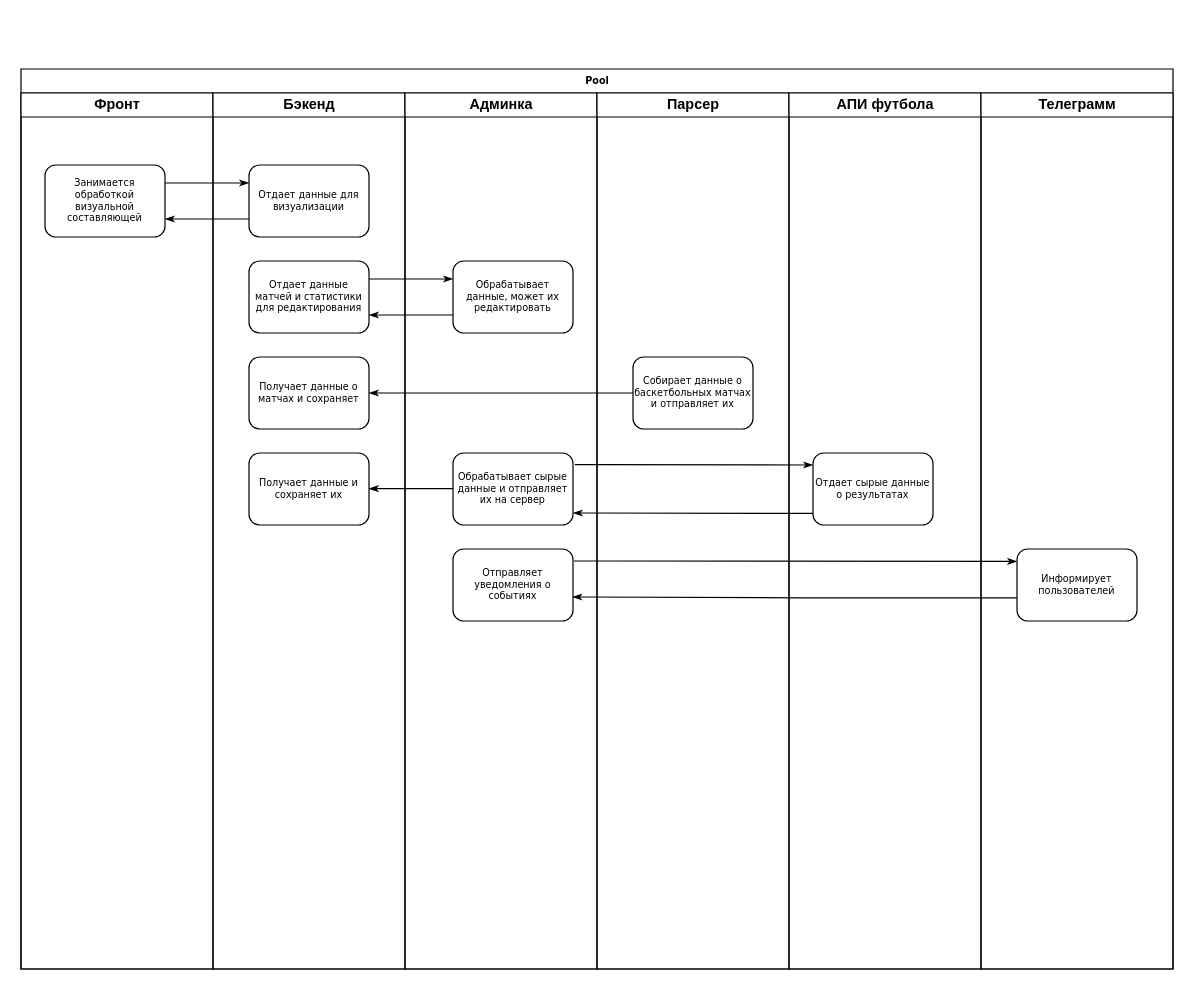
Before: Связь между сервисами.drawio in brother-ur/full-stats-diagrams, a draw.io diagram. Source tidied: cells renumbered, new cells numbered last; positions are measured from the earlier drawing's top-left corner, leaving out a move shared by most shapes. Both pictures are drawn from the tidied source at 120%, with x=0, y=0 at pixel (20, 68).
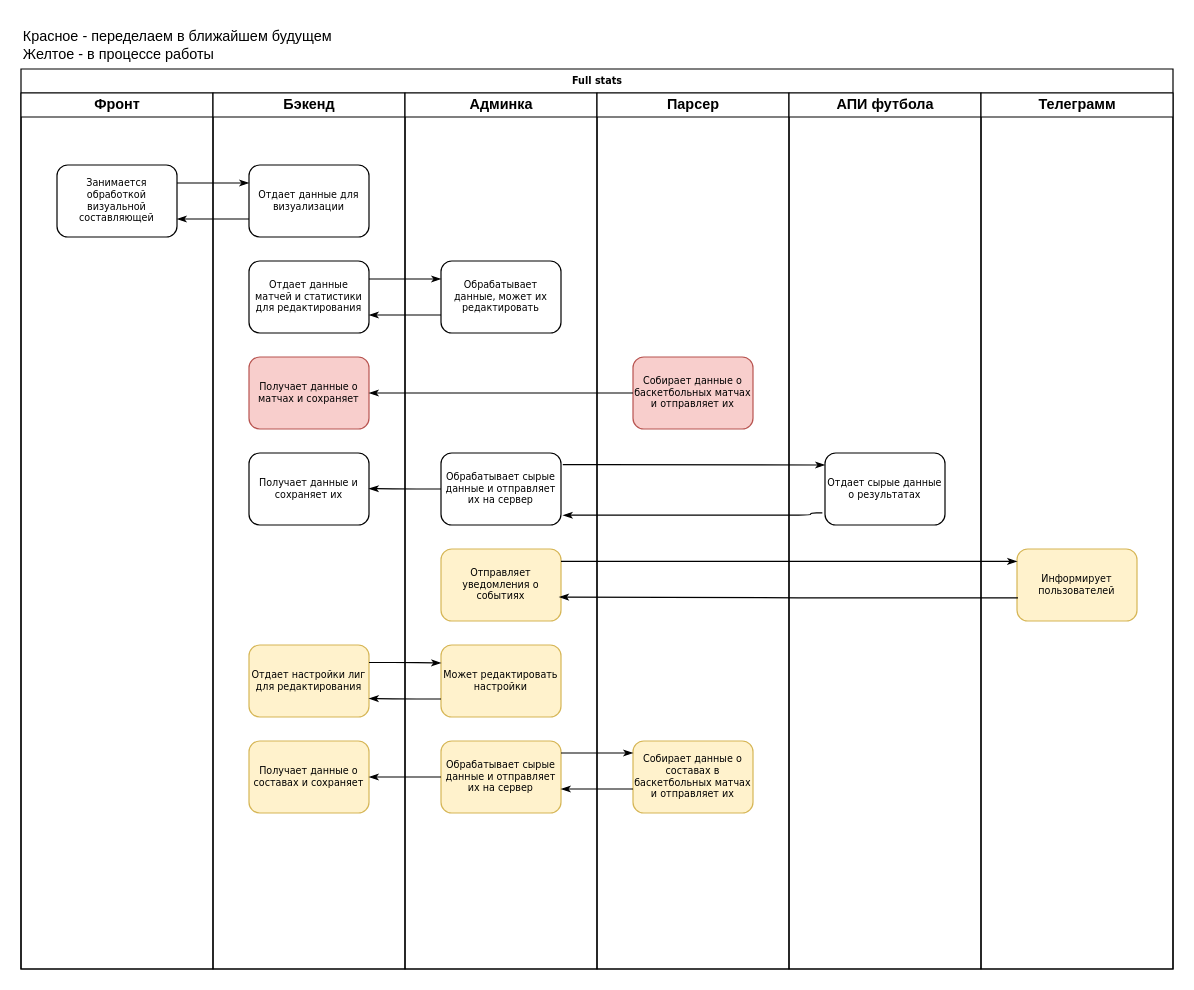
The same diagram, later.

The change refers to these unchanged cells:
```xml
<mxCell id="3" value="Фронт" style="swimlane;html=1;startSize=20;" parent="2" vertex="1">
  <mxGeometry y="20" width="160" height="730" as="geometry" />
</mxCell>
<mxCell id="5" value="Бэкенд" style="swimlane;html=1;startSize=20;" parent="2" vertex="1">
  <mxGeometry x="160" y="20" width="160" height="730" as="geometry" />
</mxCell>
<mxCell id="9" value="Админка" style="swimlane;html=1;startSize=20;" parent="2" vertex="1">
  <mxGeometry x="320" y="20" width="160" height="730" as="geometry" />
</mxCell>
<mxCell id="20" value="Парсер" style="swimlane;html=1;startSize=20;" parent="2" vertex="1">
  <mxGeometry x="480" y="20" width="160" height="730" as="geometry" />
</mxCell>
<mxCell id="24" value="АПИ футбола" style="swimlane;html=1;startSize=20;" parent="2" vertex="1">
  <mxGeometry x="640" y="20" width="160" height="730" as="geometry" />
</mxCell>
<mxCell id="26" value="Телеграмм" style="swimlane;html=1;startSize=20;" parent="2" vertex="1">
  <mxGeometry x="800" y="20" width="160" height="730" as="geometry" />
</mxCell>
```

The edit, as a diff of the source:
```diff
@@
-    <mxCell id="2" value="Pool" style="swimlane;html=1;startSize=20;rounded=0;shadow=0;labelBackgroundColor=none;strokeWidth=1;fontFamily=Verdana;fontSize=8;align=center;" parent="1" vertex="1">
+    <mxCell id="2" value="Full stats" style="swimlane;html=1;startSize=20;rounded=0;shadow=0;labelBackgroundColor=none;strokeWidth=1;fontFamily=Verdana;fontSize=8;align=center;" parent="1" vertex="1">
       <mxGeometry width="960" height="750" as="geometry" />
     </mxCell>
@@
     <mxCell id="4" value="Занимается обработкой визуальной составляющей" style="rounded=1;whiteSpace=wrap;html=1;shadow=0;labelBackgroundColor=none;strokeWidth=1;fontFamily=Verdana;fontSize=8;align=center;" parent="3" vertex="1">
-      <mxGeometry x="20" y="60" width="100" height="60" as="geometry" />
+      <mxGeometry x="30" y="60" width="100" height="60" as="geometry" />
     </mxCell>
@@
     <mxCell id="7" style="edgeStyle=orthogonalEdgeStyle;rounded=1;html=1;labelBackgroundColor=none;startArrow=none;startFill=0;startSize=5;endArrow=classicThin;endFill=1;endSize=5;jettySize=auto;orthogonalLoop=1;strokeWidth=1;fontFamily=Verdana;fontSize=8;" parent="5" edge="1">
       <mxGeometry relative="1" as="geometry">
         <mxPoint x="30" y="105" as="sourcePoint" />
-        <mxPoint x="-40" y="105" as="targetPoint" />
+        <mxPoint x="-30" y="105" as="targetPoint" />
         <Array as="points">
           <mxPoint x="-10" y="105" />
           <mxPoint x="-10" y="105" />
         </Array>
       </mxGeometry>
     </mxCell>
+    <mxCell id="30" value="Отдает настройки лиг для редактирования" style="rounded=1;whiteSpace=wrap;html=1;shadow=0;labelBackgroundColor=none;strokeWidth=1;fontFamily=Verdana;fontSize=8;align=center;fillColor=#fff2cc;strokeColor=#d6b656;" parent="5" vertex="1">
+      <mxGeometry x="30" y="460" width="100" height="60" as="geometry" />
+    </mxCell>
+    <mxCell id="31" value="Получает данные о составах и сохраняет" style="rounded=1;whiteSpace=wrap;html=1;shadow=0;labelBackgroundColor=none;strokeWidth=1;fontFamily=Verdana;fontSize=8;align=center;fillColor=#fff2cc;strokeColor=#d6b656;" parent="5" vertex="1">
+      <mxGeometry x="30" y="540" width="100" height="60" as="geometry" />
+    </mxCell>
+    <mxCell id="10" value="Отдает данные матчей и статистики для редактирования" style="rounded=1;whiteSpace=wrap;html=1;shadow=0;labelBackgroundColor=none;strokeWidth=1;fontFamily=Verdana;fontSize=8;align=center;" parent="5" vertex="1">
+      <mxGeometry x="30" y="140" width="100" height="60" as="geometry" />
+    </mxCell>
@@
-    <mxCell id="10" value="Отдает данные матчей и статистики для редактирования" style="rounded=1;whiteSpace=wrap;html=1;shadow=0;labelBackgroundColor=none;strokeWidth=1;fontFamily=Verdana;fontSize=8;align=center;" parent="9" vertex="1">
-      <mxGeometry x="-130" y="140" width="100" height="60" as="geometry" />
-    </mxCell>
-    <mxCell id="11" style="edgeStyle=orthogonalEdgeStyle;rounded=1;html=1;labelBackgroundColor=none;startArrow=none;startFill=0;startSize=5;endArrow=classicThin;endFill=1;endSize=5;jettySize=auto;strokeWidth=1;fontFamily=Verdana;fontSize=8;" parent="9" edge="1" source="10" target="12">
-      <mxGeometry relative="1" as="geometry">
-        <Array as="points">
-          <mxPoint y="155" />
-          <mxPoint y="155" />
-        </Array>
-      </mxGeometry>
-    </mxCell>
     <mxCell id="12" value="Обрабатывает данные, может их редактировать" style="rounded=1;whiteSpace=wrap;html=1;shadow=0;labelBackgroundColor=none;strokeWidth=1;fontFamily=Verdana;fontSize=8;align=center;" parent="9" vertex="1">
-      <mxGeometry x="40" y="140" width="100" height="60" as="geometry" />
+      <mxGeometry x="30" y="140" width="100" height="60" as="geometry" />
     </mxCell>
     <mxCell id="13" style="edgeStyle=orthogonalEdgeStyle;rounded=1;html=1;labelBackgroundColor=none;startArrow=none;startFill=0;startSize=5;endArrow=classicThin;endFill=1;endSize=5;jettySize=auto;orthogonalLoop=1;strokeWidth=1;fontFamily=Verdana;fontSize=8;" parent="9" edge="1">
       <mxGeometry relative="1" as="geometry">
-        <mxPoint x="40" y="185" as="sourcePoint" />
+        <mxPoint x="30" y="185" as="sourcePoint" />
         <mxPoint x="-30" y="185" as="targetPoint" />
         <Array as="points">
           <mxPoint y="185" />
           <mxPoint y="185" />
         </Array>
       </mxGeometry>
     </mxCell>
-    <mxCell id="14" value="Получает данные о матчах и сохраняет" style="rounded=1;whiteSpace=wrap;html=1;shadow=0;labelBackgroundColor=none;strokeWidth=1;fontFamily=Verdana;fontSize=8;align=center;" parent="9" vertex="1">
+    <mxCell id="14" value="Получает данные о матчах и сохраняет" style="rounded=1;whiteSpace=wrap;html=1;shadow=0;labelBackgroundColor=none;strokeWidth=1;fontFamily=Verdana;fontSize=8;align=center;fillColor=#f8cecc;strokeColor=#b85450;" parent="9" vertex="1">
       <mxGeometry x="-130" y="220" width="100" height="60" as="geometry" />
     </mxCell>
@@
     <mxCell id="16" value="Обрабатывает сырые данные и отправляет их на сервер" style="rounded=1;whiteSpace=wrap;html=1;shadow=0;labelBackgroundColor=none;strokeWidth=1;fontFamily=Verdana;fontSize=8;align=center;" parent="9" vertex="1">
-      <mxGeometry x="40" y="300" width="100" height="60" as="geometry" />
+      <mxGeometry x="30" y="300" width="100" height="60" as="geometry" />
     </mxCell>
     <mxCell id="17" style="edgeStyle=orthogonalEdgeStyle;rounded=1;html=1;labelBackgroundColor=none;startArrow=none;startFill=0;startSize=5;endArrow=classicThin;endFill=1;endSize=5;jettySize=auto;orthogonalLoop=1;strokeWidth=1;fontFamily=Verdana;fontSize=8;" parent="9" edge="1">
       <mxGeometry relative="1" as="geometry">
-        <mxPoint x="40" y="329.7" as="sourcePoint" />
+        <mxPoint x="30" y="330" as="sourcePoint" />
         <mxPoint x="-30" y="329.7" as="targetPoint" />
         <Array as="points">
           <mxPoint y="329.7" />
           <mxPoint y="329.7" />
         </Array>
       </mxGeometry>
     </mxCell>
-    <mxCell id="18" style="edgeStyle=orthogonalEdgeStyle;rounded=1;html=1;labelBackgroundColor=none;startArrow=none;startFill=0;startSize=5;endArrow=classicThin;endFill=1;endSize=5;jettySize=auto;strokeWidth=1;fontFamily=Verdana;fontSize=8;exitX=0.009;exitY=0.839;exitDx=0;exitDy=0;exitPerimeter=0;" parent="9" edge="1" source="25">
-      <mxGeometry relative="1" as="geometry">
-        <mxPoint x="140" y="350" as="targetPoint" />
-        <Array as="points">
-          <mxPoint x="338" y="350" />
-        </Array>
-      </mxGeometry>
-    </mxCell>
-    <mxCell id="19" value="Отправляет уведомления о событиях" style="rounded=1;whiteSpace=wrap;html=1;shadow=0;labelBackgroundColor=none;strokeWidth=1;fontFamily=Verdana;fontSize=8;align=center;" parent="9" vertex="1">
-      <mxGeometry x="40" y="380" width="100" height="60" as="geometry" />
+    <mxCell id="19" value="Отправляет уведомления о событиях" style="rounded=1;whiteSpace=wrap;html=1;shadow=0;labelBackgroundColor=none;strokeWidth=1;fontFamily=Verdana;fontSize=8;align=center;fillColor=#fff2cc;strokeColor=#d6b656;" parent="9" vertex="1">
+      <mxGeometry x="30" y="380" width="100" height="60" as="geometry" />
     </mxCell>
+    <mxCell id="32" value="Может редактировать настройки" style="rounded=1;whiteSpace=wrap;html=1;shadow=0;labelBackgroundColor=none;strokeWidth=1;fontFamily=Verdana;fontSize=8;align=center;fillColor=#fff2cc;strokeColor=#d6b656;" parent="9" vertex="1">
+      <mxGeometry x="30" y="460" width="100" height="60" as="geometry" />
+    </mxCell>
+    <mxCell id="33" style="edgeStyle=orthogonalEdgeStyle;rounded=1;html=1;labelBackgroundColor=none;startArrow=none;startFill=0;startSize=5;endArrow=classicThin;endFill=1;endSize=5;jettySize=auto;orthogonalLoop=1;strokeWidth=1;fontFamily=Verdana;fontSize=8;" parent="9" edge="1">
+      <mxGeometry relative="1" as="geometry">
+        <mxPoint x="-30" y="474.6" as="sourcePoint" />
+        <mxPoint x="30" y="475" as="targetPoint" />
+        <Array as="points">
+          <mxPoint y="474.6" />
+          <mxPoint y="474.6" />
+        </Array>
+      </mxGeometry>
+    </mxCell>
+    <mxCell id="34" style="edgeStyle=orthogonalEdgeStyle;rounded=1;html=1;labelBackgroundColor=none;startArrow=none;startFill=0;startSize=5;endArrow=classicThin;endFill=1;endSize=5;jettySize=auto;orthogonalLoop=1;strokeWidth=1;fontFamily=Verdana;fontSize=8;" parent="9" edge="1">
+      <mxGeometry relative="1" as="geometry">
+        <mxPoint x="30" y="505" as="sourcePoint" />
+        <mxPoint x="-30" y="504.6" as="targetPoint" />
+        <Array as="points">
+          <mxPoint y="504.6" />
+          <mxPoint y="504.6" />
+        </Array>
+      </mxGeometry>
+    </mxCell>
+    <mxCell id="35" value="Обрабатывает сырые данные и отправляет их на сервер" style="rounded=1;whiteSpace=wrap;html=1;shadow=0;labelBackgroundColor=none;strokeWidth=1;fontFamily=Verdana;fontSize=8;align=center;fillColor=#fff2cc;strokeColor=#d6b656;" parent="9" vertex="1">
+      <mxGeometry x="30" y="540" width="100" height="60" as="geometry" />
+    </mxCell>
@@
-    <mxCell id="21" value="Собирает данные о баскетбольных матчах и отправляет их" style="rounded=1;whiteSpace=wrap;html=1;shadow=0;labelBackgroundColor=none;strokeWidth=1;fontFamily=Verdana;fontSize=8;align=center;" parent="20" vertex="1">
+    <mxCell id="21" value="Собирает данные о баскетбольных матчах и отправляет их" style="rounded=1;whiteSpace=wrap;html=1;shadow=0;labelBackgroundColor=none;strokeWidth=1;fontFamily=Verdana;fontSize=8;align=center;fillColor=#f8cecc;strokeColor=#b85450;" parent="20" vertex="1">
       <mxGeometry x="30" y="220" width="100" height="60" as="geometry" />
     </mxCell>
-    <mxCell id="22" style="edgeStyle=orthogonalEdgeStyle;rounded=1;html=1;labelBackgroundColor=none;startArrow=none;startFill=0;startSize=5;endArrow=classicThin;endFill=1;endSize=5;jettySize=auto;strokeWidth=1;fontFamily=Verdana;fontSize=8;exitX=0.008;exitY=0.679;exitDx=0;exitDy=0;exitPerimeter=0;" parent="20" edge="1" source="27">
-      <mxGeometry relative="1" as="geometry">
-        <mxPoint x="-20.5" y="420" as="targetPoint" />
-        <Array as="points">
-          <mxPoint x="178" y="421" />
-        </Array>
-      </mxGeometry>
-    </mxCell>
-    <mxCell id="23" style="edgeStyle=orthogonalEdgeStyle;rounded=1;html=1;labelBackgroundColor=none;startArrow=none;startFill=0;startSize=5;endArrow=classicThin;endFill=1;endSize=5;jettySize=auto;strokeWidth=1;fontFamily=Verdana;fontSize=8;exitX=1.015;exitY=0.162;exitDx=0;exitDy=0;exitPerimeter=0;entryX=0;entryY=0.172;entryDx=0;entryDy=0;entryPerimeter=0;" parent="20" edge="1" target="27">
-      <mxGeometry relative="1" as="geometry">
-        <mxPoint x="-19.2" y="390" as="sourcePoint" />
-        <Array as="points">
-          <mxPoint x="-11" y="390" />
-        </Array>
-      </mxGeometry>
-    </mxCell>
+    <mxCell id="36" value="Собирает данные о составах в баскетбольных матчах и отправляет их" style="rounded=1;whiteSpace=wrap;html=1;shadow=0;labelBackgroundColor=none;strokeWidth=1;fontFamily=Verdana;fontSize=8;align=center;fillColor=#fff2cc;strokeColor=#d6b656;" parent="20" vertex="1">
+      <mxGeometry x="30" y="540" width="100" height="60" as="geometry" />
+    </mxCell>
@@
     <mxCell id="25" value="Отдает сырые данные о результатах" style="rounded=1;whiteSpace=wrap;html=1;shadow=0;labelBackgroundColor=none;strokeWidth=1;fontFamily=Verdana;fontSize=8;align=center;" parent="24" vertex="1">
-      <mxGeometry x="20" y="300" width="100" height="60" as="geometry" />
+      <mxGeometry x="30" y="300" width="100" height="60" as="geometry" />
     </mxCell>
@@
-    <mxCell id="27" value="Информирует пользователей" style="rounded=1;whiteSpace=wrap;html=1;shadow=0;labelBackgroundColor=none;strokeWidth=1;fontFamily=Verdana;fontSize=8;align=center;" parent="26" vertex="1">
+    <mxCell id="27" value="Информирует пользователей" style="rounded=1;whiteSpace=wrap;html=1;shadow=0;labelBackgroundColor=none;strokeWidth=1;fontFamily=Verdana;fontSize=8;align=center;fillColor=#fff2cc;strokeColor=#d6b656;" parent="26" vertex="1">
       <mxGeometry x="30" y="380" width="100" height="60" as="geometry" />
     </mxCell>
@@
+    <mxCell id="37" style="edgeStyle=orthogonalEdgeStyle;rounded=1;html=1;labelBackgroundColor=none;startArrow=none;startFill=0;startSize=5;endArrow=classicThin;endFill=1;endSize=5;jettySize=auto;strokeWidth=1;fontFamily=Verdana;fontSize=8;entryX=1;entryY=0.5;entryDx=0;entryDy=0;exitX=0;exitY=0.5;exitDx=0;exitDy=0;" parent="2" edge="1" source="35" target="31">
+      <mxGeometry relative="1" as="geometry">
+        <Array as="points">
+          <mxPoint x="310" y="590" />
+          <mxPoint x="310" y="590" />
+        </Array>
+      </mxGeometry>
+    </mxCell>
+    <mxCell id="38" style="edgeStyle=orthogonalEdgeStyle;rounded=1;html=1;labelBackgroundColor=none;startArrow=none;startFill=0;startSize=5;endArrow=classicThin;endFill=1;endSize=5;jettySize=auto;orthogonalLoop=1;strokeWidth=1;fontFamily=Verdana;fontSize=8;" parent="2" edge="1">
+      <mxGeometry relative="1" as="geometry">
+        <mxPoint x="450" y="570" as="sourcePoint" />
+        <mxPoint x="510" y="570" as="targetPoint" />
+        <Array as="points">
+          <mxPoint x="450" y="570" />
+          <mxPoint x="510" y="570" />
+        </Array>
+      </mxGeometry>
+    </mxCell>
+    <mxCell id="11" style="edgeStyle=orthogonalEdgeStyle;rounded=1;html=1;labelBackgroundColor=none;startArrow=none;startFill=0;startSize=5;endArrow=classicThin;endFill=1;endSize=5;jettySize=auto;strokeWidth=1;fontFamily=Verdana;fontSize=8;" parent="2" edge="1" source="10" target="12">
+      <mxGeometry relative="1" as="geometry">
+        <Array as="points">
+          <mxPoint x="320" y="175" />
+          <mxPoint x="320" y="175" />
+        </Array>
+      </mxGeometry>
+    </mxCell>
+    <mxCell id="18" style="edgeStyle=orthogonalEdgeStyle;rounded=1;html=1;labelBackgroundColor=none;startArrow=none;startFill=0;startSize=5;endArrow=classicThin;endFill=1;endSize=5;jettySize=auto;strokeWidth=1;fontFamily=Verdana;fontSize=8;entryX=1.016;entryY=0.864;entryDx=0;entryDy=0;entryPerimeter=0;exitX=-0.022;exitY=0.831;exitDx=0;exitDy=0;exitPerimeter=0;" parent="2" edge="1" source="25" target="16">
+      <mxGeometry relative="1" as="geometry">
+        <Array as="points">
+          <mxPoint x="658" y="370" />
+          <mxPoint x="658" y="372" />
+        </Array>
+      </mxGeometry>
+    </mxCell>
+    <mxCell id="23" style="edgeStyle=orthogonalEdgeStyle;rounded=1;html=1;labelBackgroundColor=none;startArrow=none;startFill=0;startSize=5;endArrow=classicThin;endFill=1;endSize=5;jettySize=auto;strokeWidth=1;fontFamily=Verdana;fontSize=8;exitX=1;exitY=0.172;exitDx=0;exitDy=0;exitPerimeter=0;entryX=0;entryY=0.172;entryDx=0;entryDy=0;entryPerimeter=0;" parent="2" edge="1" source="19" target="27">
+      <mxGeometry relative="1" as="geometry" />
+    </mxCell>
+    <mxCell id="22" style="edgeStyle=orthogonalEdgeStyle;rounded=1;html=1;labelBackgroundColor=none;startArrow=none;startFill=0;startSize=5;endArrow=classicThin;endFill=1;endSize=5;jettySize=auto;strokeWidth=1;fontFamily=Verdana;fontSize=8;exitX=0.008;exitY=0.679;exitDx=0;exitDy=0;exitPerimeter=0;entryX=0.985;entryY=0.667;entryDx=0;entryDy=0;entryPerimeter=0;" parent="2" edge="1" source="27" target="19">
+      <mxGeometry relative="1" as="geometry">
+        <Array as="points">
+          <mxPoint x="658" y="441" />
+        </Array>
+      </mxGeometry>
+    </mxCell>
+    <mxCell id="39" style="edgeStyle=orthogonalEdgeStyle;rounded=1;html=1;labelBackgroundColor=none;startArrow=none;startFill=0;startSize=5;endArrow=classicThin;endFill=1;endSize=5;jettySize=auto;orthogonalLoop=1;strokeWidth=1;fontFamily=Verdana;fontSize=8;" parent="1" edge="1">
+      <mxGeometry relative="1" as="geometry">
+        <mxPoint x="510" y="600" as="sourcePoint" />
+        <mxPoint x="450" y="600" as="targetPoint" />
+        <Array as="points">
+          <mxPoint x="510" y="600" />
+        </Array>
+      </mxGeometry>
+    </mxCell>
+    <mxCell id="40" value="Красное - переделаем в ближайшем будущем&lt;br&gt;Желтое - в процессе работы&lt;br&gt;" style="text;html=1;align=left;verticalAlign=middle;strokeColor=none;fillColor=none;" parent="1" vertex="1">
+      <mxGeometry y="-40" width="280" height="40" as="geometry" />
+    </mxCell>
```
